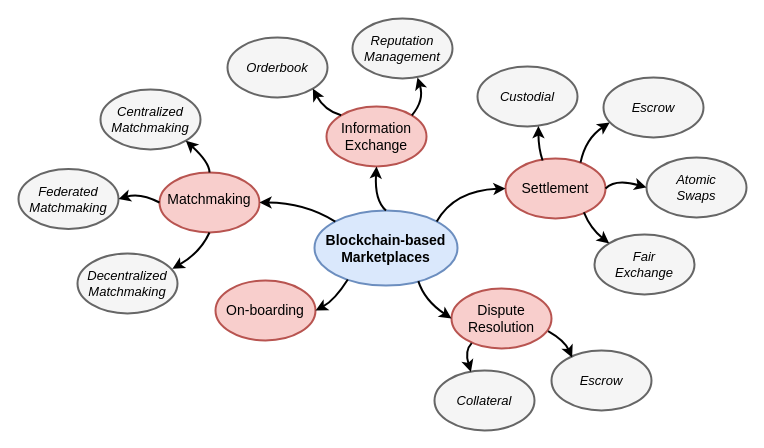
Above: introduction/assets/decomposition.drawio in devos50/phd-thesis (draw.io), before the change. Source tidied: cells renumbered, new cells numbered last; positions are measured from the earlier drawing's top-left corner, leaving out a move shared by most shapes. Both pictures are drawn from the tidied source at 100%, with x=0, y=0 at pixel (18, 18).
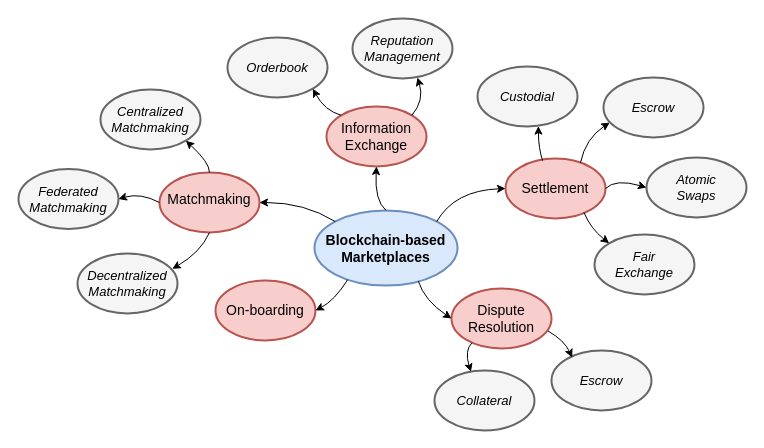
After the change.

Commit message (it also covers changes not shown here):
Changed line thickness

Unchanged cells that the change refers to:
```xml
<mxCell id="2" value="Blockchain-based&lt;br style=&quot;font-size: 14px&quot;&gt;Marketplaces" style="ellipse;whiteSpace=wrap;html=1;strokeWidth=2;fillColor=#dae8fc;strokeColor=#6c8ebf;fontStyle=1;fontSize=14;" parent="1" vertex="1">
  <mxGeometry x="296" y="192" width="143" height="75" as="geometry" />
</mxCell>
<mxCell id="3" value="Matchmaking" style="ellipse;whiteSpace=wrap;html=1;strokeWidth=2;fontStyle=0;fillColor=#f8cecc;strokeColor=#b85450;fontSize=14;spacingTop=-7;" parent="1" vertex="1">
  <mxGeometry x="141" y="154" width="100" height="60" as="geometry" />
</mxCell>
<mxCell id="4" value="On-boarding" style="ellipse;whiteSpace=wrap;html=1;strokeWidth=2;fontStyle=0;fillColor=#f8cecc;strokeColor=#b85450;fontSize=14;" parent="1" vertex="1">
  <mxGeometry x="197" y="262" width="100" height="60" as="geometry" />
</mxCell>
<mxCell id="5" value="Settlement" style="ellipse;whiteSpace=wrap;html=1;strokeWidth=2;fontStyle=0;fillColor=#f8cecc;strokeColor=#b85450;fontSize=14;" parent="1" vertex="1">
  <mxGeometry x="487" y="140" width="100" height="60" as="geometry" />
</mxCell>
<mxCell id="6" value="Dispute&lt;br style=&quot;font-size: 14px;&quot;&gt;Resolution" style="ellipse;whiteSpace=wrap;html=1;strokeWidth=2;fontStyle=0;fillColor=#f8cecc;strokeColor=#b85450;fontSize=14;" parent="1" vertex="1">
  <mxGeometry x="433" y="270" width="100" height="60" as="geometry" />
</mxCell>
<mxCell id="7" value="Decentralized&lt;br style=&quot;font-size: 13px;&quot;&gt;Matchmaking" style="ellipse;whiteSpace=wrap;html=1;strokeWidth=2;fontStyle=2;fillColor=#f5f5f5;strokeColor=#666666;fontColor=#000000;fontSize=13;" parent="1" vertex="1">
  <mxGeometry x="59" y="235" width="100" height="60" as="geometry" />
</mxCell>
<mxCell id="8" value="Federated&lt;br style=&quot;font-size: 13px;&quot;&gt;Matchmaking" style="ellipse;whiteSpace=wrap;html=1;strokeWidth=2;fontStyle=2;fillColor=#f5f5f5;strokeColor=#666666;fontColor=#000000;fontSize=13;" parent="1" vertex="1">
  <mxGeometry y="150.5" width="100" height="60" as="geometry" />
</mxCell>
<mxCell id="9" value="Centralized&lt;br style=&quot;font-size: 13px;&quot;&gt;Matchmaking" style="ellipse;whiteSpace=wrap;html=1;strokeWidth=2;fontStyle=2;fillColor=#f5f5f5;strokeColor=#666666;fontColor=#000000;fontSize=13;" parent="1" vertex="1">
  <mxGeometry x="82" y="71" width="100" height="60" as="geometry" />
</mxCell>
<mxCell id="10" value="Atomic&lt;br style=&quot;font-size: 13px;&quot;&gt;Swaps" style="ellipse;whiteSpace=wrap;html=1;strokeWidth=2;fontStyle=2;fillColor=#f5f5f5;strokeColor=#666666;fontColor=#000000;fontSize=13;" parent="1" vertex="1">
  <mxGeometry x="628" y="139" width="100" height="60" as="geometry" />
</mxCell>
<mxCell id="11" value="Fair&lt;br style=&quot;font-size: 13px;&quot;&gt;Exchange" style="ellipse;whiteSpace=wrap;html=1;strokeWidth=2;fontStyle=2;fillColor=#f5f5f5;strokeColor=#666666;fontColor=#000000;fontSize=13;" parent="1" vertex="1">
  <mxGeometry x="576" y="216" width="100" height="60" as="geometry" />
</mxCell>
<mxCell id="12" value="Custodial" style="ellipse;whiteSpace=wrap;html=1;strokeWidth=2;fontStyle=2;fillColor=#f5f5f5;strokeColor=#666666;fontColor=#000000;fontSize=13;" parent="1" vertex="1">
  <mxGeometry x="459" y="48" width="100" height="60" as="geometry" />
</mxCell>
<mxCell id="13" value="Escrow" style="ellipse;whiteSpace=wrap;html=1;strokeWidth=2;fontStyle=2;fillColor=#f5f5f5;strokeColor=#666666;fontColor=#000000;fontSize=13;" parent="1" vertex="1">
  <mxGeometry x="585" y="59" width="100" height="60" as="geometry" />
</mxCell>
<mxCell id="25" value="Information&lt;br&gt;Exchange" style="ellipse;whiteSpace=wrap;html=1;strokeWidth=2;fontStyle=0;fillColor=#f8cecc;strokeColor=#b85450;fontSize=14;" parent="1" vertex="1">
  <mxGeometry x="308" y="88" width="100" height="60" as="geometry" />
</mxCell>
<mxCell id="26" value="Orderbook" style="ellipse;whiteSpace=wrap;html=1;strokeWidth=2;fontStyle=2;fillColor=#f5f5f5;strokeColor=#666666;fontColor=#000000;fontSize=13;" parent="1" vertex="1">
  <mxGeometry x="209" y="19" width="100" height="60" as="geometry" />
</mxCell>
<mxCell id="28" value="Escrow" style="ellipse;whiteSpace=wrap;html=1;strokeWidth=2;fontStyle=2;fillColor=#f5f5f5;strokeColor=#666666;fontColor=#000000;fontSize=13;" parent="1" vertex="1">
  <mxGeometry x="533" y="332" width="100" height="60" as="geometry" />
</mxCell>
<mxCell id="29" value="Collateral" style="ellipse;whiteSpace=wrap;html=1;strokeWidth=2;fontStyle=2;fillColor=#f5f5f5;strokeColor=#666666;fontColor=#000000;fontSize=13;" parent="1" vertex="1">
  <mxGeometry x="416" y="352" width="100" height="60" as="geometry" />
</mxCell>
<mxCell id="30" value="Reputation&lt;br&gt;Management" style="ellipse;whiteSpace=wrap;html=1;strokeWidth=2;fontStyle=2;fillColor=#f5f5f5;strokeColor=#666666;fontColor=#000000;fontSize=13;" parent="1" vertex="1">
  <mxGeometry x="334" width="100" height="60" as="geometry" />
</mxCell>
```

The edit, as a diff of the source:
```diff
@@
-    <mxCell id="14" style="endArrow=classic;html=1;fontSize=13;entryX=1;entryY=0.5;entryDx=0;entryDy=0;strokeWidth=2;curved=1;exitX=0;exitY=0;exitDx=0;exitDy=0;" parent="1" edge="1" source="2" target="3">
+    <mxCell id="14" style="endArrow=classic;html=1;fontSize=13;entryX=1;entryY=0.5;entryDx=0;entryDy=0;strokeWidth=1;curved=1;exitX=0;exitY=0;exitDx=0;exitDy=0;" parent="1" edge="1" source="2" target="3">
       <mxGeometry relative="1" as="geometry">
         <Array as="points">
           <mxPoint x="286" y="184" />
         </Array>
       </mxGeometry>
     </mxCell>
-    <mxCell id="15" style="endArrow=classic;html=1;strokeWidth=2;fontSize=13;exitX=1;exitY=0;exitDx=0;exitDy=0;entryX=0;entryY=0.5;entryDx=0;entryDy=0;curved=1;" parent="1" edge="1" source="2" target="5">
+    <mxCell id="15" style="endArrow=classic;html=1;strokeWidth=1;fontSize=13;exitX=1;exitY=0;exitDx=0;exitDy=0;entryX=0;entryY=0.5;entryDx=0;entryDy=0;curved=1;" parent="1" edge="1" source="2" target="5">
       <mxGeometry relative="1" as="geometry">
         <Array as="points">
           <mxPoint x="436" y="172" />
         </Array>
       </mxGeometry>
     </mxCell>
-    <mxCell id="16" style="endArrow=classic;html=1;strokeWidth=2;fontSize=13;exitX=0.233;exitY=0.92;exitDx=0;exitDy=0;entryX=1;entryY=0.5;entryDx=0;entryDy=0;curved=1;exitPerimeter=0;" parent="1" edge="1" source="2" target="4">
+    <mxCell id="16" style="endArrow=classic;html=1;strokeWidth=1;fontSize=13;exitX=0.233;exitY=0.92;exitDx=0;exitDy=0;entryX=1;entryY=0.5;entryDx=0;entryDy=0;curved=1;exitPerimeter=0;" parent="1" edge="1" source="2" target="4">
       <mxGeometry relative="1" as="geometry">
         <Array as="points">
           <mxPoint x="316" y="282" />
         </Array>
       </mxGeometry>
     </mxCell>
-    <mxCell id="17" style="endArrow=classic;html=1;strokeWidth=2;fontSize=13;entryX=0;entryY=0.5;entryDx=0;entryDy=0;curved=1;exitX=0.726;exitY=0.942;exitDx=0;exitDy=0;exitPerimeter=0;" parent="1" edge="1" source="2" target="6">
+    <mxCell id="17" style="endArrow=classic;html=1;strokeWidth=1;fontSize=13;entryX=0;entryY=0.5;entryDx=0;entryDy=0;curved=1;exitX=0.726;exitY=0.942;exitDx=0;exitDy=0;exitPerimeter=0;" parent="1" edge="1" source="2" target="6">
       <mxGeometry relative="1" as="geometry">
         <Array as="points">
           <mxPoint x="406" y="282" />
         </Array>
       </mxGeometry>
     </mxCell>
-    <mxCell id="18" style="endArrow=classic;html=1;strokeWidth=2;fontSize=13;exitX=0.371;exitY=0.034;exitDx=0;exitDy=0;entryX=0.609;entryY=0.993;entryDx=0;entryDy=0;curved=1;exitPerimeter=0;entryPerimeter=0;" parent="1" edge="1" source="5" target="12">
+    <mxCell id="18" style="endArrow=classic;html=1;strokeWidth=1;fontSize=13;exitX=0.371;exitY=0.034;exitDx=0;exitDy=0;entryX=0.609;entryY=0.993;entryDx=0;entryDy=0;curved=1;exitPerimeter=0;entryPerimeter=0;" parent="1" edge="1" source="5" target="12">
       <mxGeometry relative="1" as="geometry">
         <Array as="points">
           <mxPoint x="520" y="130" />
         </Array>
       </mxGeometry>
     </mxCell>
-    <mxCell id="19" style="endArrow=classic;html=1;strokeWidth=2;fontSize=13;exitX=0.75;exitY=0.069;exitDx=0;exitDy=0;entryX=0.062;entryY=0.751;entryDx=0;entryDy=0;curved=1;exitPerimeter=0;entryPerimeter=0;" parent="1" edge="1" source="5" target="13">
+    <mxCell id="19" style="endArrow=classic;html=1;strokeWidth=1;fontSize=13;exitX=0.75;exitY=0.069;exitDx=0;exitDy=0;entryX=0.062;entryY=0.751;entryDx=0;entryDy=0;curved=1;exitPerimeter=0;entryPerimeter=0;" parent="1" edge="1" source="5" target="13">
       <mxGeometry relative="1" as="geometry">
         <Array as="points">
           <mxPoint x="567" y="120" />
         </Array>
       </mxGeometry>
     </mxCell>
-    <mxCell id="20" style="endArrow=classic;html=1;strokeWidth=2;fontSize=13;entryX=0;entryY=0.5;entryDx=0;entryDy=0;exitX=1;exitY=0.5;exitDx=0;exitDy=0;curved=1;" parent="1" edge="1" source="5" target="10">
+    <mxCell id="20" style="endArrow=classic;html=1;strokeWidth=1;fontSize=13;entryX=0;entryY=0.5;entryDx=0;entryDy=0;exitX=1;exitY=0.5;exitDx=0;exitDy=0;curved=1;" parent="1" edge="1" source="5" target="10">
       <mxGeometry relative="1" as="geometry">
         <Array as="points">
           <mxPoint x="597" y="160" />
         </Array>
       </mxGeometry>
     </mxCell>
-    <mxCell id="21" style="endArrow=classic;html=1;strokeWidth=2;fontSize=13;exitX=0.784;exitY=0.897;exitDx=0;exitDy=0;entryX=0;entryY=0;entryDx=0;entryDy=0;curved=1;exitPerimeter=0;" parent="1" edge="1" source="5" target="11">
+    <mxCell id="21" style="endArrow=classic;html=1;strokeWidth=1;fontSize=13;exitX=0.784;exitY=0.897;exitDx=0;exitDy=0;entryX=0;entryY=0;entryDx=0;entryDy=0;curved=1;exitPerimeter=0;" parent="1" edge="1" source="5" target="11">
       <mxGeometry relative="1" as="geometry">
         <Array as="points">
           <mxPoint x="572" y="210" />
         </Array>
       </mxGeometry>
     </mxCell>
-    <mxCell id="22" style="endArrow=classic;html=1;strokeWidth=2;fontSize=13;entryX=1;entryY=1;entryDx=0;entryDy=0;exitX=0.5;exitY=0;exitDx=0;exitDy=0;curved=1;" parent="1" edge="1" source="3" target="9">
+    <mxCell id="22" style="endArrow=classic;html=1;strokeWidth=1;fontSize=13;entryX=1;entryY=1;entryDx=0;entryDy=0;exitX=0.5;exitY=0;exitDx=0;exitDy=0;curved=1;" parent="1" edge="1" source="3" target="9">
       <mxGeometry relative="1" as="geometry">
         <Array as="points">
           <mxPoint x="191" y="144" />
         </Array>
       </mxGeometry>
     </mxCell>
-    <mxCell id="23" style="endArrow=classic;html=1;strokeWidth=2;fontSize=13;exitX=0;exitY=0.5;exitDx=0;exitDy=0;entryX=1;entryY=0.5;entryDx=0;entryDy=0;curved=1;" parent="1" edge="1" source="3" target="8">
+    <mxCell id="23" style="endArrow=classic;html=1;strokeWidth=1;fontSize=13;exitX=0;exitY=0.5;exitDx=0;exitDy=0;entryX=1;entryY=0.5;entryDx=0;entryDy=0;curved=1;" parent="1" edge="1" source="3" target="8">
       <mxGeometry relative="1" as="geometry">
         <Array as="points">
           <mxPoint x="122" y="174" />
         </Array>
       </mxGeometry>
     </mxCell>
-    <mxCell id="24" style="endArrow=classic;html=1;strokeWidth=2;fontSize=13;exitX=0.5;exitY=1;exitDx=0;exitDy=0;entryX=0.948;entryY=0.255;entryDx=0;entryDy=0;curved=1;entryPerimeter=0;" parent="1" edge="1" source="3" target="7">
+    <mxCell id="24" style="endArrow=classic;html=1;strokeWidth=1;fontSize=13;exitX=0.5;exitY=1;exitDx=0;exitDy=0;entryX=0.948;entryY=0.255;entryDx=0;entryDy=0;curved=1;entryPerimeter=0;" parent="1" edge="1" source="3" target="7">
       <mxGeometry relative="1" as="geometry">
         <Array as="points">
           <mxPoint x="182" y="234" />
         </Array>
       </mxGeometry>
     </mxCell>
@@
-    <mxCell id="27" style="endArrow=classic;html=1;strokeWidth=2;fontSize=13;entryX=0.5;entryY=1;entryDx=0;entryDy=0;curved=1;exitX=0.5;exitY=0;exitDx=0;exitDy=0;" parent="1" edge="1" source="2" target="25">
+    <mxCell id="27" style="endArrow=classic;html=1;strokeWidth=1;fontSize=13;entryX=0.5;entryY=1;entryDx=0;entryDy=0;curved=1;exitX=0.5;exitY=0;exitDx=0;exitDy=0;" parent="1" edge="1" source="2" target="25">
       <mxGeometry relative="1" as="geometry">
         <Array as="points">
           <mxPoint x="356" y="182" />
         </Array>
       </mxGeometry>
     </mxCell>
@@
-    <mxCell id="31" style="endArrow=classic;html=1;strokeWidth=2;fontSize=13;entryX=1;entryY=1;entryDx=0;entryDy=0;exitX=0;exitY=0;exitDx=0;exitDy=0;curved=1;" parent="1" edge="1" source="25" target="26">
+    <mxCell id="31" style="endArrow=classic;html=1;strokeWidth=1;fontSize=13;entryX=1;entryY=1;entryDx=0;entryDy=0;exitX=0;exitY=0;exitDx=0;exitDy=0;curved=1;" parent="1" edge="1" source="25" target="26">
       <mxGeometry relative="1" as="geometry">
         <Array as="points">
           <mxPoint x="306" y="92" />
         </Array>
       </mxGeometry>
     </mxCell>
-    <mxCell id="32" style="endArrow=classic;html=1;strokeWidth=2;fontSize=13;entryX=0.65;entryY=0.983;entryDx=0;entryDy=0;curved=1;exitX=1;exitY=0;exitDx=0;exitDy=0;entryPerimeter=0;" parent="1" edge="1" source="25" target="30">
+    <mxCell id="32" style="endArrow=classic;html=1;strokeWidth=1;fontSize=13;entryX=0.65;entryY=0.983;entryDx=0;entryDy=0;curved=1;exitX=1;exitY=0;exitDx=0;exitDy=0;entryPerimeter=0;" parent="1" edge="1" source="25" target="30">
       <mxGeometry relative="1" as="geometry">
         <Array as="points">
           <mxPoint x="406" y="82" />
         </Array>
       </mxGeometry>
     </mxCell>
-    <mxCell id="33" style="endArrow=classic;html=1;strokeWidth=2;fontSize=13;entryX=0.206;entryY=0.117;entryDx=0;entryDy=0;curved=1;exitX=0.966;exitY=0.71;exitDx=0;exitDy=0;exitPerimeter=0;entryPerimeter=0;" parent="1" edge="1" source="6" target="28">
+    <mxCell id="33" style="endArrow=classic;html=1;strokeWidth=1;fontSize=13;entryX=0.206;entryY=0.117;entryDx=0;entryDy=0;curved=1;exitX=0.966;exitY=0.71;exitDx=0;exitDy=0;exitPerimeter=0;entryPerimeter=0;" parent="1" edge="1" source="6" target="28">
       <mxGeometry relative="1" as="geometry">
         <Array as="points">
           <mxPoint x="546" y="322" />
         </Array>
       </mxGeometry>
     </mxCell>
-    <mxCell id="34" style="endArrow=classic;html=1;strokeWidth=2;fontSize=13;entryX=0.364;entryY=0.023;entryDx=0;entryDy=0;curved=1;exitX=0.202;exitY=0.91;exitDx=0;exitDy=0;entryPerimeter=0;exitPerimeter=0;" parent="1" edge="1" source="6" target="29">
+    <mxCell id="34" style="endArrow=classic;html=1;strokeWidth=1;fontSize=13;entryX=0.364;entryY=0.023;entryDx=0;entryDy=0;curved=1;exitX=0.202;exitY=0.91;exitDx=0;exitDy=0;entryPerimeter=0;exitPerimeter=0;" parent="1" edge="1" source="6" target="29">
       <mxGeometry relative="1" as="geometry">
         <Array as="points">
           <mxPoint x="446" y="332" />
         </Array>
       </mxGeometry>
     </mxCell>
```
